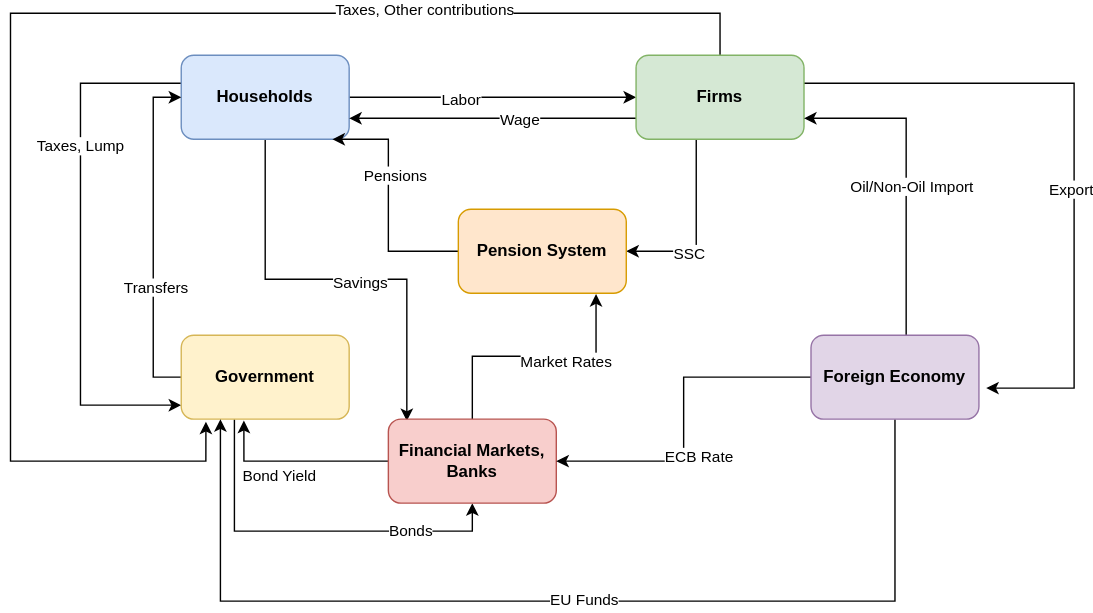
This is ogre/zakladna_schema.drawio.svg from zuzancek/schemes, a draw.io export, as it was before one commit. Source tidied: cells renumbered, new cells last; positions are measured from the earlier drawing's top-left corner, leaving out a move shared by most shapes.
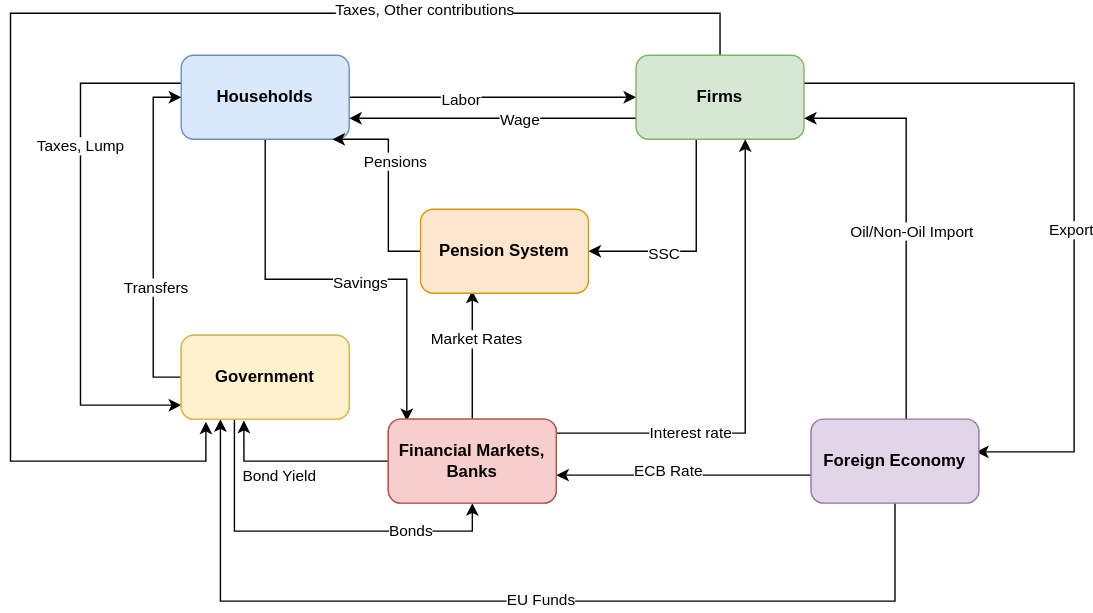
After the commit.

Diff of the diagram source:
```diff
@@ -34,11 +34,11 @@
     <mxCell id="10" value="Wage" style="edgeLabel;html=1;align=center;verticalAlign=middle;" parent="9" vertex="1">
       <mxGeometry x="-0.18" relative="1" as="geometry" />
     </mxCell>
-    <mxCell id="11" style="edgeStyle=orthogonalEdgeStyle;rounded=0;jettySize=auto;html=1;entryX=1.043;entryY=0.63;entryDx=0;entryDy=0;entryPerimeter=0;" parent="1" edge="1" source="17" target="37">
+    <mxCell id="11" style="edgeStyle=orthogonalEdgeStyle;rounded=0;jettySize=auto;html=1;entryX=0.983;entryY=0.39;entryDx=0;entryDy=0;entryPerimeter=0;" parent="1" edge="1" source="17" target="37">
       <mxGeometry relative="1" as="geometry">
         <Array as="points">
           <mxPoint x="760" y="50" />
-          <mxPoint x="760" y="268" />
+          <mxPoint x="760" y="313" />
         </Array>
       </mxGeometry>
     </mxCell>
@@ -104,7 +104,7 @@
         <mxPoint x="15" y="9" as="offset" />
       </mxGeometry>
     </mxCell>
-    <mxCell id="25" style="edgeStyle=orthogonalEdgeStyle;rounded=0;jettySize=auto;html=1;entryX=0.82;entryY=1.01;entryDx=0;entryDy=0;entryPerimeter=0;" parent="1" edge="1" source="27" target="30">
+    <mxCell id="25" style="edgeStyle=orthogonalEdgeStyle;rounded=0;jettySize=auto;html=1;entryX=0.308;entryY=0.97;entryDx=0;entryDy=0;entryPerimeter=0;" parent="1" edge="1" source="27" target="30">
       <mxGeometry relative="1" as="geometry" />
     </mxCell>
     <mxCell id="26" value="Market Rates" style="edgeLabel;html=1;align=center;verticalAlign=middle;" parent="25" vertex="1">
@@ -126,10 +126,15 @@
       <mxGeometry x="0.24" y="-4" relative="1" as="geometry" />
     </mxCell>
     <mxCell id="30" value="Pension System" style="rounded=1;whiteSpace=wrap;html=1;fillColor=#ffe6cc;strokeColor=#d79b00;fontStyle=1;" parent="1" vertex="1">
-      <mxGeometry x="320" y="140" width="120" height="60" as="geometry" />
+      <mxGeometry x="293" y="140" width="120" height="60" as="geometry" />
     </mxCell>
     <mxCell id="31" style="edgeStyle=orthogonalEdgeStyle;rounded=0;jettySize=auto;html=1;" parent="1" edge="1" source="37" target="27">
-      <mxGeometry relative="1" as="geometry" />
+      <mxGeometry relative="1" as="geometry">
+        <Array as="points">
+          <mxPoint x="530" y="330" />
+          <mxPoint x="530" y="330" />
+        </Array>
+      </mxGeometry>
     </mxCell>
     <mxCell id="32" value="ECB Rate" style="edgeLabel;html=1;align=center;verticalAlign=middle;" parent="31" vertex="1">
       <mxGeometry x="0.27" y="1" relative="1" as="geometry">
@@ -158,7 +163,23 @@
       <mxGeometry x="-0.05" y="-2" relative="1" as="geometry" />
     </mxCell>
     <mxCell id="37" value="Foreign Economy" style="rounded=1;whiteSpace=wrap;html=1;fillColor=#e1d5e7;strokeColor=#9673a6;fontStyle=1;" parent="1" vertex="1">
-      <mxGeometry x="572" y="230" width="120" height="60" as="geometry" />
+      <mxGeometry x="572" y="290" width="120" height="60" as="geometry" />
     </mxCell>
+    <mxCell id="38" value="Government" style="rounded=1;whiteSpace=wrap;html=1;fillColor=#fff2cc;strokeColor=#d6b656;fontStyle=1;" parent="1" vertex="1">
+      <mxGeometry x="122" y="230" width="120" height="60" as="geometry" />
+    </mxCell>
+    <mxCell id="39" style="edgeStyle=orthogonalEdgeStyle;rounded=0;jettySize=auto;html=1;" parent="1" edge="1" source="41" target="17">
+      <mxGeometry relative="1" as="geometry">
+        <Array as="points">
+          <mxPoint x="525" y="300" />
+        </Array>
+      </mxGeometry>
+    </mxCell>
+    <mxCell id="40" value="Interest rate" style="edgeLabel;html=1;align=center;verticalAlign=middle;" parent="39" vertex="1">
+      <mxGeometry x="-0.45" y="1" relative="1" as="geometry" />
+    </mxCell>
+    <mxCell id="41" value="Financial Markets, Banks" style="rounded=1;whiteSpace=wrap;html=1;fillColor=#f8cecc;strokeColor=#b85450;fontStyle=1;" parent="1" vertex="1">
+      <mxGeometry x="270" y="290" width="120" height="60" as="geometry" />
+    </mxCell>
   </root>
 </mxGraphModel>
```
